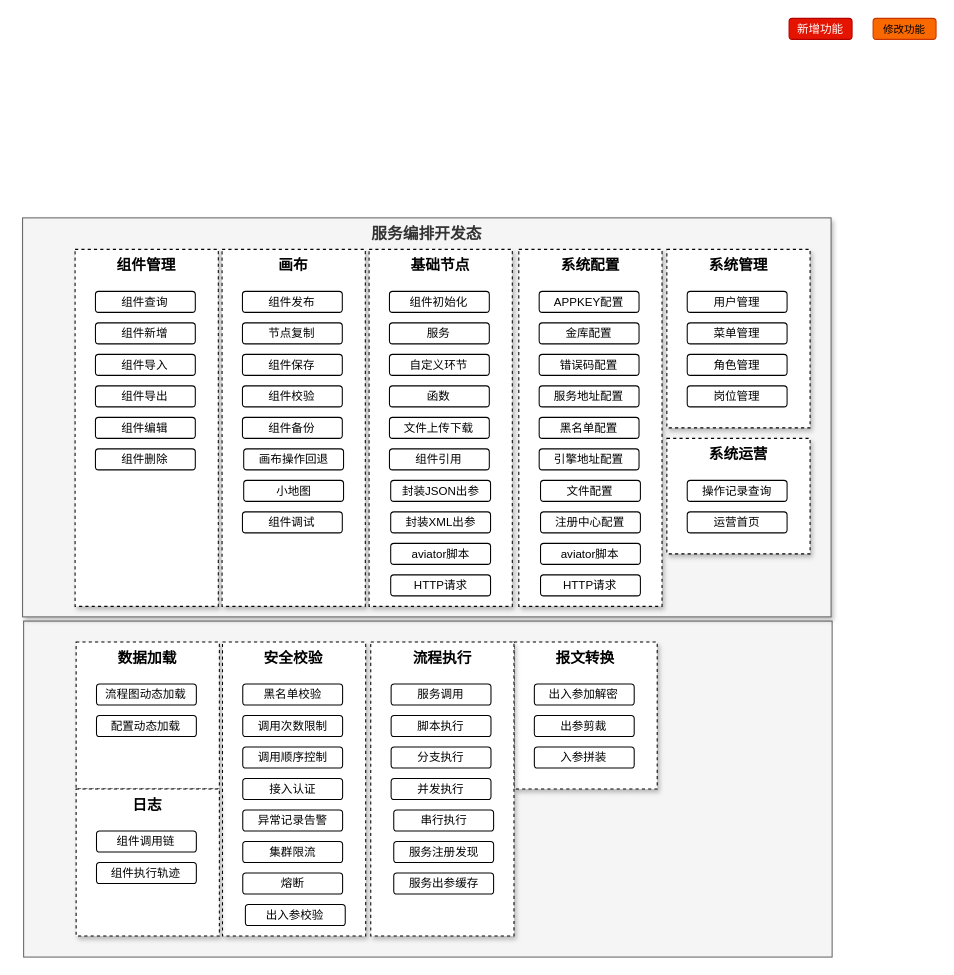
This is 服务编排V2.drawio from qymmdj/draw-io, a draw.io file, before an edit. Source tidied: cells renumbered, new cells numbered last; positions are measured from the earlier drawing's top-left corner, leaving out a move shared by most shapes. Both pictures are drawn from the tidied source at 105%, with x=0, y=0 at pixel (22, 18).
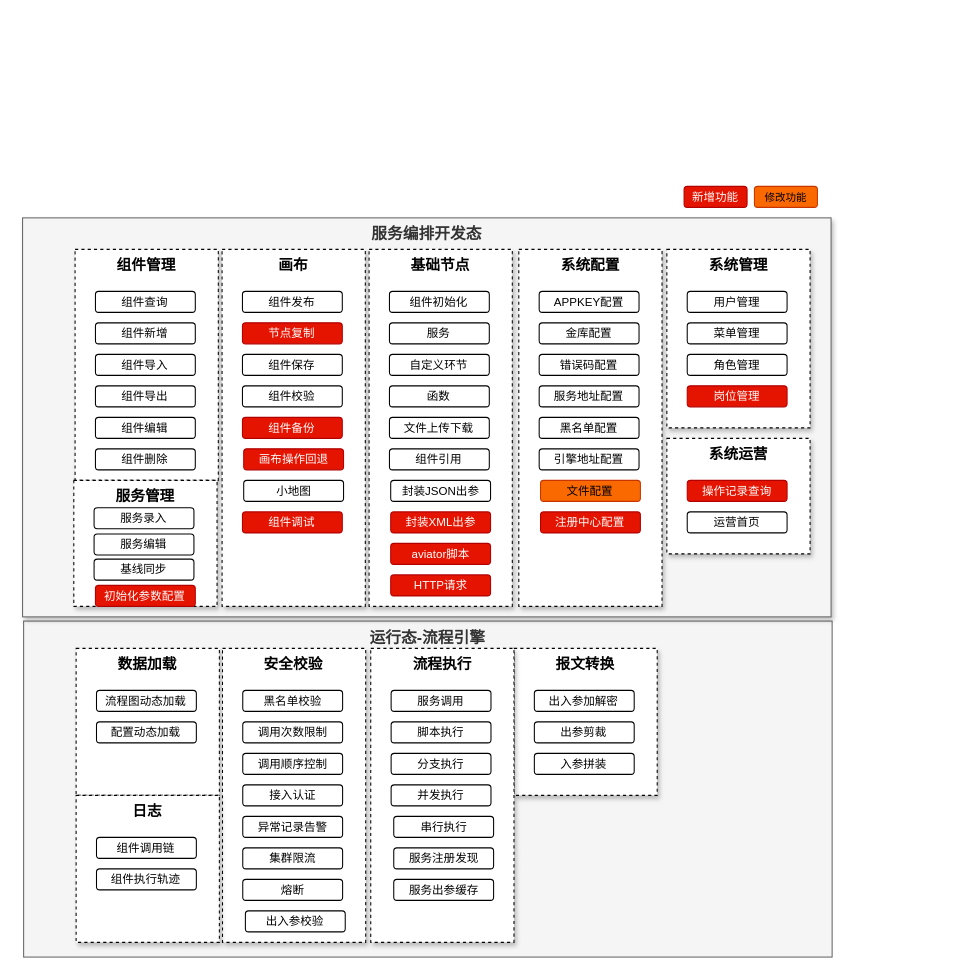
After the change.

Commit message (it also covers changes not shown here):
更新服务编排V2.drawio

What changed in the source:
```diff
@@
-    <mxCell id="2" style="rounded=0;whiteSpace=wrap;html=1;shadow=0;fontSize=15;fillColor=#f5f5f5;fontColor=#333333;strokeColor=#666666;" parent="1" vertex="1">
+    <mxCell id="2" value="运行态-流程引擎" style="rounded=0;whiteSpace=wrap;html=1;shadow=0;fontSize=15;fillColor=#f5f5f5;fontColor=#333333;strokeColor=#666666;verticalAlign=top;fontStyle=1;" parent="1" vertex="1">
       <mxGeometry x="1" y="574" width="770" height="320" as="geometry" />
     </mxCell>
@@
     <mxCell id="4" value="&lt;font style=&quot;font-size: 14px;&quot;&gt;组件管理&lt;/font&gt;" style="rounded=0;whiteSpace=wrap;html=1;fontSize=12;align=center;horizontal=1;verticalAlign=top;shadow=1;dashed=1;fontStyle=1;" parent="1" vertex="1">
-      <mxGeometry x="50" y="220" width="136.4" height="340" as="geometry" />
+      <mxGeometry x="50" y="220" width="136.4" height="220" as="geometry" />
     </mxCell>
@@
     <mxCell id="6" value="修改功能" style="rounded=1;whiteSpace=wrap;html=1;fontSize=10;fillColor=#fa6800;strokeColor=#C73500;shadow=0;fontColor=#000000;" parent="1" vertex="1">
-      <mxGeometry x="810" width="60" height="20" as="geometry" />
+      <mxGeometry x="697" y="160" width="60" height="20" as="geometry" />
     </mxCell>
     <mxCell id="7" value="&lt;span style=&quot;font-size: 11px&quot;&gt;新增功能&lt;/span&gt;" style="rounded=1;whiteSpace=wrap;html=1;fontSize=10;shadow=0;fillColor=#e51400;strokeColor=#B20000;fontColor=#ffffff;" parent="1" vertex="1">
-      <mxGeometry x="730" width="60" height="20" as="geometry" />
+      <mxGeometry x="630" y="160" width="60" height="20" as="geometry" />
     </mxCell>
@@
-    <mxCell id="15" value="&lt;font style=&quot;font-size: 11px&quot;&gt;节点复制&lt;/font&gt;" style="rounded=1;whiteSpace=wrap;html=1;fontSize=10;shadow=0;" parent="1" vertex="1">
+    <mxCell id="15" value="&lt;font style=&quot;font-size: 11px&quot;&gt;节点复制&lt;/font&gt;" style="rounded=1;whiteSpace=wrap;html=1;fontSize=10;shadow=0;fillColor=#e51400;fontColor=#ffffff;strokeColor=#B20000;" parent="1" vertex="1">
       <mxGeometry x="209.4" y="290" width="95.1" height="20" as="geometry" />
     </mxCell>
@@
-    <mxCell id="18" value="&lt;font style=&quot;font-size: 11px&quot;&gt;组件备份&lt;/font&gt;" style="rounded=1;whiteSpace=wrap;html=1;fontSize=10;shadow=0;" parent="1" vertex="1">
+    <mxCell id="18" value="&lt;font style=&quot;font-size: 11px&quot;&gt;组件备份&lt;/font&gt;" style="rounded=1;whiteSpace=wrap;html=1;fontSize=10;shadow=0;fillColor=#e51400;fontColor=#ffffff;strokeColor=#B20000;" parent="1" vertex="1">
       <mxGeometry x="209.4" y="380" width="95.1" height="20" as="geometry" />
     </mxCell>
-    <mxCell id="19" value="&lt;font style=&quot;font-size: 11px&quot;&gt;画布操作回退&lt;/font&gt;" style="rounded=1;whiteSpace=wrap;html=1;fontSize=10;shadow=0;" parent="1" vertex="1">
+    <mxCell id="19" value="&lt;font style=&quot;font-size: 11px&quot;&gt;画布操作回退&lt;/font&gt;" style="rounded=1;whiteSpace=wrap;html=1;fontSize=10;shadow=0;fillColor=#e51400;fontColor=#ffffff;strokeColor=#B20000;" parent="1" vertex="1">
       <mxGeometry x="210.6" y="410" width="95.1" height="20" as="geometry" />
     </mxCell>
@@
-    <mxCell id="29" value="&lt;font style=&quot;font-size: 11px&quot;&gt;封装XML出参&lt;/font&gt;" style="rounded=1;whiteSpace=wrap;html=1;fontSize=10;shadow=0;" parent="1" vertex="1">
+    <mxCell id="29" value="&lt;font style=&quot;font-size: 11px&quot;&gt;封装XML出参&lt;/font&gt;" style="rounded=1;whiteSpace=wrap;html=1;fontSize=10;shadow=0;fillColor=#e51400;fontColor=#ffffff;strokeColor=#B20000;" parent="1" vertex="1">
       <mxGeometry x="350.6" y="470" width="95.1" height="20" as="geometry" />
     </mxCell>
-    <mxCell id="30" value="&lt;font style=&quot;font-size: 11px&quot;&gt;aviator脚本&lt;/font&gt;" style="rounded=1;whiteSpace=wrap;html=1;fontSize=10;shadow=0;" parent="1" vertex="1">
+    <mxCell id="30" value="&lt;font style=&quot;font-size: 11px&quot;&gt;aviator脚本&lt;/font&gt;" style="rounded=1;whiteSpace=wrap;html=1;fontSize=10;shadow=0;fillColor=#e51400;fontColor=#ffffff;strokeColor=#B20000;" parent="1" vertex="1">
       <mxGeometry x="350.6" y="500" width="95.1" height="20" as="geometry" />
     </mxCell>
-    <mxCell id="31" value="&lt;font style=&quot;font-size: 11px&quot;&gt;HTTP请求&lt;/font&gt;" style="rounded=1;whiteSpace=wrap;html=1;fontSize=10;shadow=0;" parent="1" vertex="1">
+    <mxCell id="31" value="&lt;font style=&quot;font-size: 11px&quot;&gt;HTTP请求&lt;/font&gt;" style="rounded=1;whiteSpace=wrap;html=1;fontSize=10;shadow=0;fillColor=#e51400;fontColor=#ffffff;strokeColor=#B20000;" parent="1" vertex="1">
       <mxGeometry x="350.6" y="530" width="95.1" height="20" as="geometry" />
     </mxCell>
-    <mxCell id="32" value="&lt;font style=&quot;font-size: 11px&quot;&gt;组件调试&lt;/font&gt;" style="rounded=1;whiteSpace=wrap;html=1;fontSize=10;shadow=0;" parent="1" vertex="1">
+    <mxCell id="32" value="&lt;font style=&quot;font-size: 11px&quot;&gt;组件调试&lt;/font&gt;" style="rounded=1;whiteSpace=wrap;html=1;fontSize=10;shadow=0;fillColor=#e51400;fontColor=#ffffff;strokeColor=#B20000;" parent="1" vertex="1">
       <mxGeometry x="209.4" y="470" width="95.1" height="20" as="geometry" />
     </mxCell>
@@
-    <mxCell id="40" value="&lt;font style=&quot;font-size: 11px&quot;&gt;文件配置&lt;/font&gt;" style="rounded=1;whiteSpace=wrap;html=1;fontSize=10;shadow=0;" parent="1" vertex="1">
+    <mxCell id="40" value="&lt;font style=&quot;font-size: 11px&quot;&gt;文件配置&lt;/font&gt;" style="rounded=1;whiteSpace=wrap;html=1;fontSize=10;shadow=0;fillColor=#fa6800;fontColor=#000000;strokeColor=#C73500;" parent="1" vertex="1">
       <mxGeometry x="493.3" y="440" width="95.1" height="20" as="geometry" />
     </mxCell>
-    <mxCell id="41" value="&lt;font style=&quot;font-size: 11px&quot;&gt;注册中心配置&lt;/font&gt;" style="rounded=1;whiteSpace=wrap;html=1;fontSize=10;shadow=0;" parent="1" vertex="1">
+    <mxCell id="41" value="&lt;font style=&quot;font-size: 11px&quot;&gt;注册中心配置&lt;/font&gt;" style="rounded=1;whiteSpace=wrap;html=1;fontSize=10;shadow=0;fillColor=#e51400;fontColor=#ffffff;strokeColor=#B20000;" parent="1" vertex="1">
       <mxGeometry x="493.3" y="470" width="95.1" height="20" as="geometry" />
     </mxCell>
-    <mxCell id="42" value="&lt;font style=&quot;font-size: 11px&quot;&gt;aviator脚本&lt;/font&gt;" style="rounded=1;whiteSpace=wrap;html=1;fontSize=10;shadow=0;" parent="1" vertex="1">
-      <mxGeometry x="493.3" y="500" width="95.1" height="20" as="geometry" />
-    </mxCell>
-    <mxCell id="43" value="&lt;font style=&quot;font-size: 11px&quot;&gt;HTTP请求&lt;/font&gt;" style="rounded=1;whiteSpace=wrap;html=1;fontSize=10;shadow=0;" parent="1" vertex="1">
-      <mxGeometry x="493.3" y="530" width="95.1" height="20" as="geometry" />
-    </mxCell>
@@
-    <mxCell id="48" value="&lt;font style=&quot;font-size: 11px&quot;&gt;岗位管理&lt;/font&gt;" style="rounded=1;whiteSpace=wrap;html=1;fontSize=10;shadow=0;" parent="1" vertex="1">
+    <mxCell id="48" value="&lt;font style=&quot;font-size: 11px&quot;&gt;岗位管理&lt;/font&gt;" style="rounded=1;whiteSpace=wrap;html=1;fontSize=10;shadow=0;fillColor=#e51400;fontColor=#ffffff;strokeColor=#B20000;" parent="1" vertex="1">
       <mxGeometry x="633" y="350" width="95.1" height="20" as="geometry" />
     </mxCell>
@@
-    <mxCell id="50" value="&lt;font style=&quot;font-size: 11px&quot;&gt;操作记录查询&lt;/font&gt;" style="rounded=1;whiteSpace=wrap;html=1;fontSize=10;shadow=0;" parent="1" vertex="1">
+    <mxCell id="50" value="&lt;font style=&quot;font-size: 11px&quot;&gt;操作记录查询&lt;/font&gt;" style="rounded=1;whiteSpace=wrap;html=1;fontSize=10;shadow=0;fillColor=#e51400;fontColor=#ffffff;strokeColor=#B20000;" parent="1" vertex="1">
       <mxGeometry x="633" y="440" width="95.1" height="20" as="geometry" />
     </mxCell>
@@
     <mxCell id="52" value="&lt;font style=&quot;font-size: 14px;&quot;&gt;数据加载&lt;/font&gt;" style="rounded=0;whiteSpace=wrap;html=1;fontSize=12;align=center;horizontal=1;verticalAlign=top;shadow=1;dashed=1;fontStyle=1;" parent="1" vertex="1">
-      <mxGeometry x="51" y="594" width="136.4" height="140" as="geometry" />
+      <mxGeometry x="51" y="600" width="136.4" height="140" as="geometry" />
     </mxCell>
     <mxCell id="53" value="&lt;font style=&quot;font-size: 11px&quot;&gt;流程图动态加载&lt;/font&gt;" style="rounded=1;whiteSpace=wrap;html=1;fontSize=10;shadow=0;" parent="1" vertex="1">
-      <mxGeometry x="70.4" y="634" width="95.1" height="20" as="geometry" />
+      <mxGeometry x="70.4" y="640" width="95.1" height="20" as="geometry" />
     </mxCell>
     <mxCell id="54" value="&lt;font style=&quot;font-size: 11px&quot;&gt;配置动态加载&lt;/font&gt;" style="rounded=1;whiteSpace=wrap;html=1;fontSize=10;shadow=0;" parent="1" vertex="1">
-      <mxGeometry x="70.4" y="664" width="95.1" height="20" as="geometry" />
+      <mxGeometry x="70.4" y="670" width="95.1" height="20" as="geometry" />
     </mxCell>
     <mxCell id="55" value="&lt;font style=&quot;font-size: 14px;&quot;&gt;安全校验&lt;/font&gt;" style="rounded=0;whiteSpace=wrap;html=1;fontSize=12;align=center;horizontal=1;verticalAlign=top;shadow=1;dashed=1;fontStyle=1;" parent="1" vertex="1">
-      <mxGeometry x="190.4" y="594" width="136.4" height="280" as="geometry" />
+      <mxGeometry x="190.4" y="600" width="136.4" height="280" as="geometry" />
     </mxCell>
     <mxCell id="56" value="&lt;font style=&quot;font-size: 11px&quot;&gt;黑名单校验&lt;/font&gt;" style="rounded=1;whiteSpace=wrap;html=1;fontSize=10;shadow=0;" parent="1" vertex="1">
-      <mxGeometry x="209.7" y="634" width="95.1" height="20" as="geometry" />
+      <mxGeometry x="209.7" y="640" width="95.1" height="20" as="geometry" />
     </mxCell>
     <mxCell id="57" value="&lt;font style=&quot;font-size: 11px&quot;&gt;调用次数限制&lt;/font&gt;" style="rounded=1;whiteSpace=wrap;html=1;fontSize=10;shadow=0;" parent="1" vertex="1">
-      <mxGeometry x="209.7" y="664" width="95.1" height="20" as="geometry" />
+      <mxGeometry x="209.7" y="670" width="95.1" height="20" as="geometry" />
     </mxCell>
     <mxCell id="58" value="&lt;font style=&quot;font-size: 11px&quot;&gt;调用顺序控制&lt;/font&gt;" style="rounded=1;whiteSpace=wrap;html=1;fontSize=10;shadow=0;" parent="1" vertex="1">
-      <mxGeometry x="209.7" y="694" width="95.1" height="20" as="geometry" />
+      <mxGeometry x="209.7" y="700" width="95.1" height="20" as="geometry" />
     </mxCell>
     <mxCell id="59" value="&lt;font style=&quot;font-size: 11px&quot;&gt;接入认证&lt;/font&gt;" style="rounded=1;whiteSpace=wrap;html=1;fontSize=10;shadow=0;" parent="1" vertex="1">
-      <mxGeometry x="209.7" y="724" width="95.1" height="20" as="geometry" />
+      <mxGeometry x="209.7" y="730" width="95.1" height="20" as="geometry" />
     </mxCell>
     <mxCell id="60" value="&lt;font style=&quot;font-size: 11px&quot;&gt;异常记录告警&lt;/font&gt;" style="rounded=1;whiteSpace=wrap;html=1;fontSize=10;shadow=0;" parent="1" vertex="1">
-      <mxGeometry x="209.7" y="754" width="95.1" height="20" as="geometry" />
+      <mxGeometry x="209.7" y="760" width="95.1" height="20" as="geometry" />
     </mxCell>
     <mxCell id="61" value="&lt;font style=&quot;font-size: 11px&quot;&gt;集群限流&lt;/font&gt;" style="rounded=1;whiteSpace=wrap;html=1;fontSize=10;shadow=0;" parent="1" vertex="1">
-      <mxGeometry x="209.7" y="784" width="95.1" height="20" as="geometry" />
+      <mxGeometry x="209.7" y="790" width="95.1" height="20" as="geometry" />
     </mxCell>
     <mxCell id="62" value="&lt;font style=&quot;font-size: 11px&quot;&gt;熔断&lt;/font&gt;" style="rounded=1;whiteSpace=wrap;html=1;fontSize=10;shadow=0;" parent="1" vertex="1">
-      <mxGeometry x="209.7" y="814" width="95.1" height="20" as="geometry" />
+      <mxGeometry x="209.7" y="820" width="95.1" height="20" as="geometry" />
     </mxCell>
     <mxCell id="63" value="&lt;font style=&quot;font-size: 11px&quot;&gt;出入参校验&lt;/font&gt;" style="rounded=1;whiteSpace=wrap;html=1;fontSize=10;shadow=0;" parent="1" vertex="1">
-      <mxGeometry x="212.2" y="844" width="95.1" height="20" as="geometry" />
+      <mxGeometry x="212.2" y="850" width="95.1" height="20" as="geometry" />
     </mxCell>
     <mxCell id="64" value="&lt;font style=&quot;font-size: 14px;&quot;&gt;报文转换&lt;/font&gt;" style="rounded=0;whiteSpace=wrap;html=1;fontSize=12;align=center;horizontal=1;verticalAlign=top;shadow=1;dashed=1;fontStyle=1;" parent="1" vertex="1">
-      <mxGeometry x="468" y="594" width="136.4" height="140" as="geometry" />
+      <mxGeometry x="468" y="600" width="136.4" height="140" as="geometry" />
     </mxCell>
     <mxCell id="65" value="&lt;font style=&quot;font-size: 11px&quot;&gt;出入参加解密&lt;/font&gt;" style="rounded=1;whiteSpace=wrap;html=1;fontSize=10;shadow=0;" parent="1" vertex="1">
-      <mxGeometry x="487.4" y="634" width="95.1" height="20" as="geometry" />
+      <mxGeometry x="487.4" y="640" width="95.1" height="20" as="geometry" />
     </mxCell>
     <mxCell id="66" value="&lt;font style=&quot;font-size: 11px&quot;&gt;出参剪裁&lt;/font&gt;" style="rounded=1;whiteSpace=wrap;html=1;fontSize=10;shadow=0;" parent="1" vertex="1">
-      <mxGeometry x="487.4" y="664" width="95.1" height="20" as="geometry" />
+      <mxGeometry x="487.4" y="670" width="95.1" height="20" as="geometry" />
     </mxCell>
     <mxCell id="67" value="&lt;font style=&quot;font-size: 11px&quot;&gt;入参拼装&lt;/font&gt;" style="rounded=1;whiteSpace=wrap;html=1;fontSize=10;shadow=0;" parent="1" vertex="1">
-      <mxGeometry x="487.4" y="694" width="95.1" height="20" as="geometry" />
+      <mxGeometry x="487.4" y="700" width="95.1" height="20" as="geometry" />
     </mxCell>
     <mxCell id="68" value="&lt;font style=&quot;font-size: 14px;&quot;&gt;流程执行&lt;/font&gt;" style="rounded=0;whiteSpace=wrap;html=1;fontSize=12;align=center;horizontal=1;verticalAlign=top;shadow=1;dashed=1;fontStyle=1;" parent="1" vertex="1">
-      <mxGeometry x="331.6" y="594" width="136.4" height="280" as="geometry" />
+      <mxGeometry x="331.6" y="600" width="136.4" height="280" as="geometry" />
     </mxCell>
     <mxCell id="69" value="&lt;font style=&quot;font-size: 11px&quot;&gt;服务调用&lt;/font&gt;" style="rounded=1;whiteSpace=wrap;html=1;fontSize=10;shadow=0;" parent="1" vertex="1">
-      <mxGeometry x="351" y="634" width="95.1" height="20" as="geometry" />
+      <mxGeometry x="351" y="640" width="95.1" height="20" as="geometry" />
     </mxCell>
     <mxCell id="70" value="&lt;font style=&quot;font-size: 11px&quot;&gt;脚本执行&lt;/font&gt;" style="rounded=1;whiteSpace=wrap;html=1;fontSize=10;shadow=0;" parent="1" vertex="1">
-      <mxGeometry x="351" y="664" width="95.1" height="20" as="geometry" />
+      <mxGeometry x="351" y="670" width="95.1" height="20" as="geometry" />
     </mxCell>
     <mxCell id="71" value="&lt;font style=&quot;font-size: 11px&quot;&gt;分支执行&lt;/font&gt;" style="rounded=1;whiteSpace=wrap;html=1;fontSize=10;shadow=0;" parent="1" vertex="1">
-      <mxGeometry x="351" y="694" width="95.1" height="20" as="geometry" />
+      <mxGeometry x="351" y="700" width="95.1" height="20" as="geometry" />
     </mxCell>
     <mxCell id="72" value="&lt;font style=&quot;font-size: 11px&quot;&gt;并发执行&lt;/font&gt;" style="rounded=1;whiteSpace=wrap;html=1;fontSize=10;shadow=0;" parent="1" vertex="1">
-      <mxGeometry x="351" y="724" width="95.1" height="20" as="geometry" />
+      <mxGeometry x="351" y="730" width="95.1" height="20" as="geometry" />
     </mxCell>
     <mxCell id="73" value="&lt;font style=&quot;font-size: 11px&quot;&gt;串行执行&lt;/font&gt;" style="rounded=1;whiteSpace=wrap;html=1;fontSize=10;shadow=0;" parent="1" vertex="1">
-      <mxGeometry x="353.5" y="754" width="95.1" height="20" as="geometry" />
+      <mxGeometry x="353.5" y="760" width="95.1" height="20" as="geometry" />
     </mxCell>
     <mxCell id="74" value="&lt;font style=&quot;font-size: 11px&quot;&gt;服务注册发现&lt;/font&gt;" style="rounded=1;whiteSpace=wrap;html=1;fontSize=10;shadow=0;" parent="1" vertex="1">
-      <mxGeometry x="353.5" y="784" width="95.1" height="20" as="geometry" />
+      <mxGeometry x="353.5" y="790" width="95.1" height="20" as="geometry" />
     </mxCell>
     <mxCell id="75" value="&lt;font style=&quot;font-size: 11px&quot;&gt;服务出参缓存&lt;/font&gt;" style="rounded=1;whiteSpace=wrap;html=1;fontSize=10;shadow=0;" parent="1" vertex="1">
-      <mxGeometry x="353.5" y="814" width="95.1" height="20" as="geometry" />
+      <mxGeometry x="353.5" y="820" width="95.1" height="20" as="geometry" />
     </mxCell>
     <mxCell id="76" value="&lt;font style=&quot;font-size: 14px;&quot;&gt;日志&lt;/font&gt;" style="rounded=0;whiteSpace=wrap;html=1;fontSize=12;align=center;horizontal=1;verticalAlign=top;shadow=1;dashed=1;fontStyle=1;" parent="1" vertex="1">
-      <mxGeometry x="51" y="734" width="136.4" height="140" as="geometry" />
+      <mxGeometry x="51" y="740" width="136.4" height="140" as="geometry" />
     </mxCell>
     <mxCell id="77" value="&lt;font style=&quot;font-size: 11px&quot;&gt;组件调用链&lt;/font&gt;" style="rounded=1;whiteSpace=wrap;html=1;fontSize=10;shadow=0;" parent="1" vertex="1">
-      <mxGeometry x="70.4" y="774" width="95.1" height="20" as="geometry" />
+      <mxGeometry x="70.4" y="780" width="95.1" height="20" as="geometry" />
     </mxCell>
     <mxCell id="78" value="&lt;font style=&quot;font-size: 11px&quot;&gt;组件执行轨迹&lt;/font&gt;" style="rounded=1;whiteSpace=wrap;html=1;fontSize=10;shadow=0;" parent="1" vertex="1">
-      <mxGeometry x="70.4" y="804" width="95.1" height="20" as="geometry" />
+      <mxGeometry x="70.4" y="810" width="95.1" height="20" as="geometry" />
     </mxCell>
+    <mxCell id="79" value="&lt;font style=&quot;font-size: 14px;&quot;&gt;服务管理&lt;/font&gt;" style="rounded=0;whiteSpace=wrap;html=1;fontSize=12;align=center;horizontal=1;verticalAlign=top;shadow=1;dashed=1;fontStyle=1;" parent="1" vertex="1">
+      <mxGeometry x="48.8" y="440" width="136.4" height="120" as="geometry" />
+    </mxCell>
+    <mxCell id="80" value="&lt;font style=&quot;font-size: 11px&quot;&gt;服务录入&lt;/font&gt;" style="rounded=1;whiteSpace=wrap;html=1;fontSize=10;shadow=0;" parent="1" vertex="1">
+      <mxGeometry x="68.1" y="466" width="95.1" height="20" as="geometry" />
+    </mxCell>
+    <mxCell id="81" value="&lt;font style=&quot;font-size: 11px&quot;&gt;服务编辑&lt;/font&gt;" style="rounded=1;whiteSpace=wrap;html=1;fontSize=10;shadow=0;" parent="1" vertex="1">
+      <mxGeometry x="68.1" y="491" width="95.1" height="20" as="geometry" />
+    </mxCell>
+    <mxCell id="82" value="&lt;font style=&quot;font-size: 11px&quot;&gt;基线同步&lt;/font&gt;" style="rounded=1;whiteSpace=wrap;html=1;fontSize=10;shadow=0;" parent="1" vertex="1">
+      <mxGeometry x="68.1" y="515" width="95.1" height="20" as="geometry" />
+    </mxCell>
+    <mxCell id="83" value="&lt;font style=&quot;font-size: 11px&quot;&gt;初始化参数配置&lt;/font&gt;" style="rounded=1;whiteSpace=wrap;html=1;fontSize=10;shadow=0;fillColor=#e51400;fontColor=#ffffff;strokeColor=#B20000;" parent="1" vertex="1">
+      <mxGeometry x="69.4" y="540" width="95.1" height="20" as="geometry" />
+    </mxCell>
```
